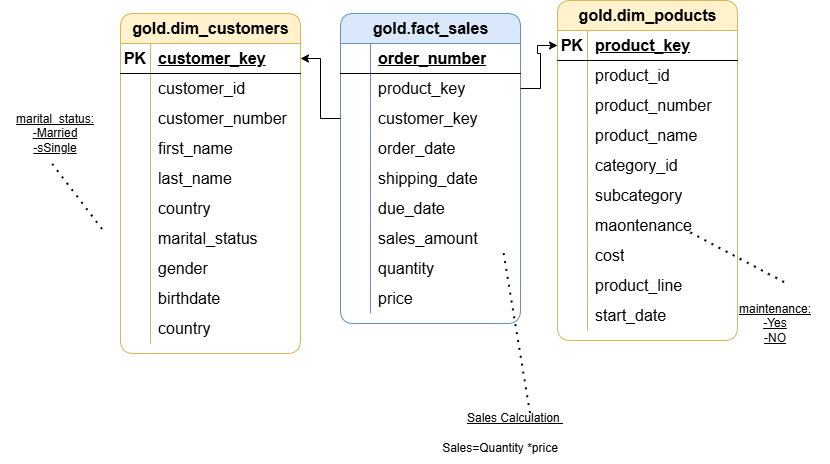
farnooshoa/sql-data-warehouse-project keeps this draw.io diagram as docs/data_model.png. Above is the earlier version. Source tidied: cells renumbered, new cells last; positions are measured from the earlier drawing's top-left corner, leaving out a move shared by most shapes.
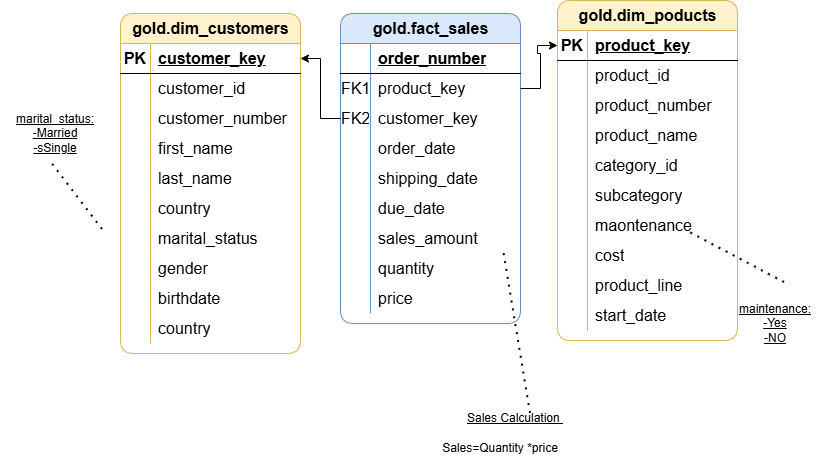
Above is the later version.

What changed in the source:
```diff
@@ -110,7 +110,7 @@
     <mxCell id="37" style="shape=tableRow;horizontal=0;startSize=0;swimlaneHead=0;swimlaneBody=0;fillColor=none;points=[[0,0.5],[1,0.5]];portConstraint=eastwest;top=0;left=0;right=0;bottom=0;fontSize=16;" parent="33" vertex="1">
       <mxGeometry y="60" width="180" height="30" as="geometry" />
     </mxCell>
-    <mxCell id="38" style="shape=partialRectangle;fillColor=none;top=0;left=0;bottom=0;right=0;overflow=hidden;whiteSpace=wrap;html=1;fontSize=16;" parent="37" vertex="1">
+    <mxCell id="38" value="FK1" style="shape=partialRectangle;fillColor=none;top=0;left=0;bottom=0;right=0;overflow=hidden;whiteSpace=wrap;html=1;fontSize=16;" parent="37" vertex="1">
       <mxGeometry width="30" height="30" as="geometry" />
     </mxCell>
     <mxCell id="39" value="product_key" style="shape=partialRectangle;fillColor=none;top=0;left=0;bottom=0;right=0;align=left;spacingLeft=6;overflow=hidden;whiteSpace=wrap;html=1;fontSize=16;" parent="37" vertex="1">
@@ -119,7 +119,7 @@
     <mxCell id="40" style="shape=tableRow;horizontal=0;startSize=0;swimlaneHead=0;swimlaneBody=0;fillColor=none;points=[[0,0.5],[1,0.5]];portConstraint=eastwest;top=0;left=0;right=0;bottom=0;fontSize=16;" parent="33" vertex="1">
       <mxGeometry y="90" width="180" height="30" as="geometry" />
     </mxCell>
-    <mxCell id="41" style="shape=partialRectangle;fillColor=none;top=0;left=0;bottom=0;right=0;overflow=hidden;whiteSpace=wrap;html=1;fontSize=16;" parent="40" vertex="1">
+    <mxCell id="41" value="FK2" style="shape=partialRectangle;fillColor=none;top=0;left=0;bottom=0;right=0;overflow=hidden;whiteSpace=wrap;html=1;fontSize=16;" parent="40" vertex="1">
       <mxGeometry width="30" height="30" as="geometry" />
     </mxCell>
     <mxCell id="42" value="customer_key" style="shape=partialRectangle;fillColor=none;top=0;left=0;bottom=0;right=0;align=left;spacingLeft=6;overflow=hidden;whiteSpace=wrap;html=1;fontSize=16;" parent="40" vertex="1">
```
